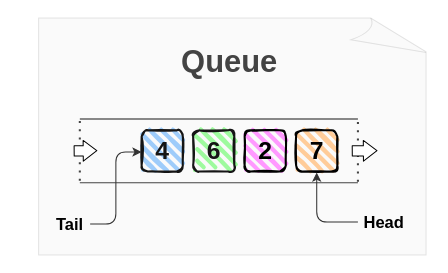
Earlier version of the draw.io diagram content/posts/123-javascript-queue/diagrams/queue.drawio (panzerdp/dmitripavlutin.com). Source tidied: cells renumbered, new cells numbered last; positions are measured from the earlier drawing's top-left corner, leaving out a move shared by most shapes. Both pictures are drawn from the tidied source at 103%, with x=0, y=0 at pixel (18, 18).
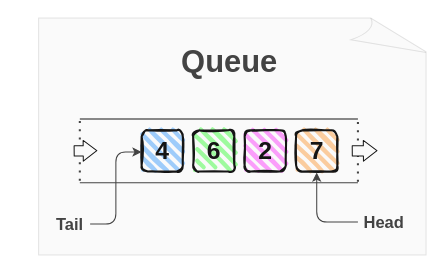
The same page after the edit.

Commit message (it also covers changes not shown here):
Queue structure

The change refers to these unchanged cells:
```xml
<mxCell id="10" style="group;" parent="1" vertex="1">
  <mxGeometry x="170" y="109" width="230" height="121" as="geometry" />
</mxCell>
```

What changed in the source:
```diff
@@
-    <mxCell id="13" style="whiteSpace=wrap;html=1;shape=mxgraph.basic.document;rounded=1;fontSize=16;fontColor=#000099;opacity=10;sketch=0;fillColor=#CCCCCC;" parent="10" vertex="1">
-      <mxGeometry x="-150" y="-109" width="380" height="230" as="geometry" />
-    </mxCell>
@@
-    <mxCell id="20" value="Tail" style="text;strokeColor=none;fillColor=none;html=1;fontSize=16;fontStyle=1;verticalAlign=middle;align=center;rounded=1;" parent="1" vertex="1">
+    <mxCell id="20" value="Tail" style="text;strokeColor=none;fillColor=none;html=1;fontSize=16;fontStyle=1;verticalAlign=middle;align=center;rounded=1;fontColor=#333333;" parent="1" vertex="1">
       <mxGeometry y="180" width="100" height="40" as="geometry" />
     </mxCell>
@@
-    <mxCell id="23" value="Head" style="text;strokeColor=none;fillColor=none;html=1;fontSize=16;fontStyle=1;verticalAlign=middle;align=center;rounded=1;" parent="1" vertex="1">
+    <mxCell id="23" value="Head" style="text;strokeColor=none;fillColor=none;html=1;fontSize=16;fontStyle=1;verticalAlign=middle;align=center;rounded=1;fontColor=#333333;" parent="1" vertex="1">
       <mxGeometry x="315" y="183" width="80" height="30" as="geometry" />
     </mxCell>
@@
+    <mxCell id="13" style="whiteSpace=wrap;html=1;shape=mxgraph.basic.document;rounded=1;fontSize=16;fontColor=#000099;opacity=10;sketch=0;fillColor=#CCCCCC;" parent="1" vertex="1">
+      <mxGeometry x="20" width="380" height="230" as="geometry" />
+    </mxCell>
```
